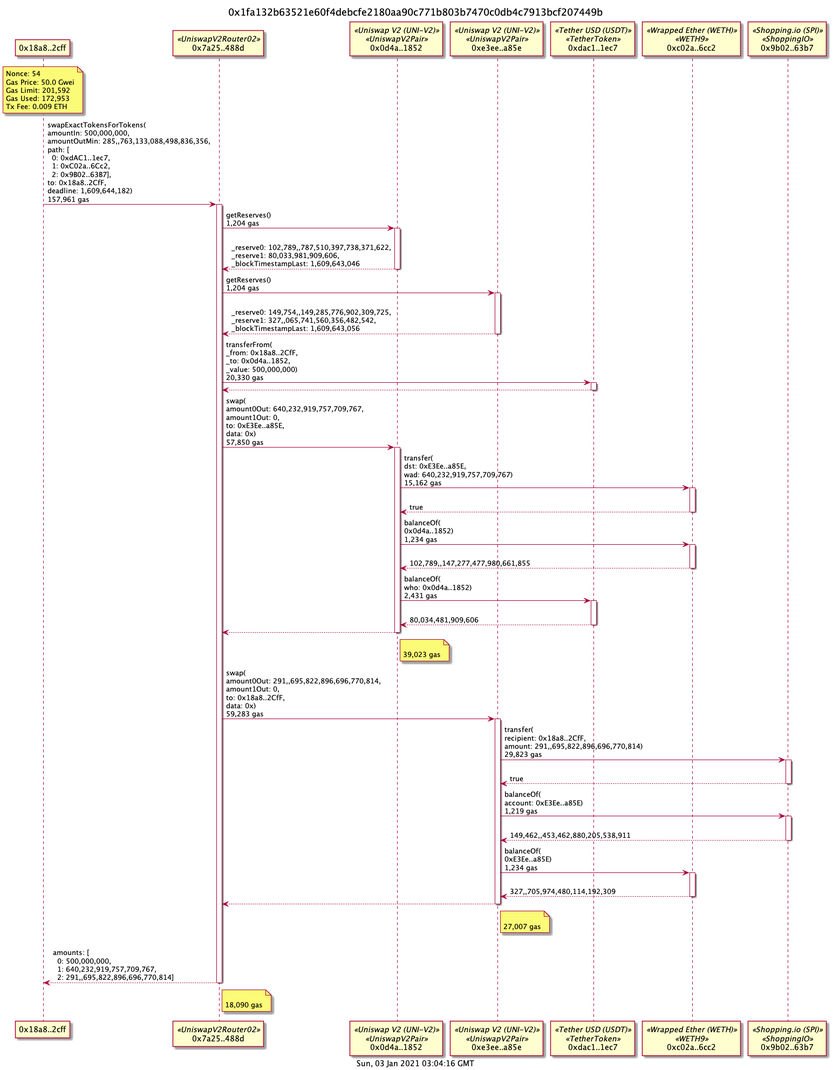
This is examples/uniswapSwap.png from naddison36/tx2uml, a PlantUML export, as it was before one commit. Its diagram source:
```plantuml
@startuml
title 0x1fa132b63521e60f4debcfe2180aa90c771b803b7470c0db4c7913bcf207449b
caption  Sun, 03 Jan 2021 03:04:16 GMT
participant "0x18a8..2cff" as 18a82cff
participant "0x7a25..488d" as 7a25488d <<UniswapV2Router02>>
participant "0x0d4a..1852" as 0d4a1852 <<Uniswap V2 (UNI-V2)>><<UniswapV2Pair>>
participant "0xe3ee..a85e" as e3eea85e <<Uniswap V2 (UNI-V2)>><<UniswapV2Pair>>
participant "0xdac1..1ec7" as dac11ec7 <<Tether USD (USDT)>><<TetherToken>>
participant "0xc02a..6cc2" as c02a6cc2 <<Wrapped Ether (WETH)>><<WETH9>>
participant "0x9b02..63b7" as 9b0263b7 <<Shopping.io (SPI)>><<ShoppingIO>>

note over 18a82cff
Nonce: 54
Gas Price: 50.0 Gwei
Gas Limit: 201,592
Gas Used: 172,953
Tx Fee: 0.009 ETH
end note

18a82cff -> 7a25488d: swapExactTokensForTokens(\namountIn: 500,000,000,\namountOutMin: 285,,763,133,088,498,836,356,\npath: [\n  0: 0xdAC1..1ec7,\n  1: 0xC02a..6Cc2,\n  2: 0x9B02..63B7],\nto: 0x18a8..2CfF,\ndeadline: 1,609,644,182)\n157,961 gas
activate 7a25488d
7a25488d -> 0d4a1852: getReserves()\n1,204 gas
activate 0d4a1852
return\n_reserve0: 102,789,,787,510,397,738,371,622,\n_reserve1: 80,033,981,909,606,\n_blockTimestampLast: 1,609,643,046
7a25488d -> e3eea85e: getReserves()\n1,204 gas
activate e3eea85e
return\n_reserve0: 149,754,,149,285,776,902,309,725,\n_reserve1: 327,,065,741,560,356,482,542,\n_blockTimestampLast: 1,609,643,056
7a25488d -> dac11ec7: transferFrom(\n_from: 0x18a8..2CfF,\n_to: 0x0d4a..1852,\n_value: 500,000,000)\n20,330 gas
activate dac11ec7
return
7a25488d -> 0d4a1852: swap(\namount0Out: 640,232,919,757,709,767,\namount1Out: 0,\nto: 0xE3Ee..a85E,\ndata: 0x)\n57,850 gas
activate 0d4a1852
0d4a1852 -> c02a6cc2: transfer(\ndst: 0xE3Ee..a85E,\nwad: 640,232,919,757,709,767)\n15,162 gas
activate c02a6cc2
return\ntrue
0d4a1852 -> c02a6cc2: balanceOf(\n0x0d4a..1852)\n1,234 gas
activate c02a6cc2
return\n102,789,,147,277,477,980,661,855
0d4a1852 -> dac11ec7: balanceOf(\nwho: 0x0d4a..1852)\n2,431 gas
activate dac11ec7
return\n80,034,481,909,606
return
note right of 0d4a1852: \n39,023 gas
7a25488d -> e3eea85e: swap(\namount0Out: 291,,695,822,896,696,770,814,\namount1Out: 0,\nto: 0x18a8..2CfF,\ndata: 0x)\n59,283 gas
activate e3eea85e
e3eea85e -> 9b0263b7: transfer(\nrecipient: 0x18a8..2CfF,\namount: 291,,695,822,896,696,770,814)\n29,823 gas
activate 9b0263b7
return\ntrue
e3eea85e -> 9b0263b7: balanceOf(\naccount: 0xE3Ee..a85E)\n1,219 gas
activate 9b0263b7
return\n149,462,,453,462,880,205,538,911
e3eea85e -> c02a6cc2: balanceOf(\n0xE3Ee..a85E)\n1,234 gas
activate c02a6cc2
return\n327,,705,974,480,114,192,309
return
note right of e3eea85e: \n27,007 gas
return\namounts: [\n  0: 500,000,000,\n  1: 640,232,919,757,709,767,\n  2: 291,,695,822,896,696,770,814]
note right of 7a25488d: \n18,090 gas

@endumls
```
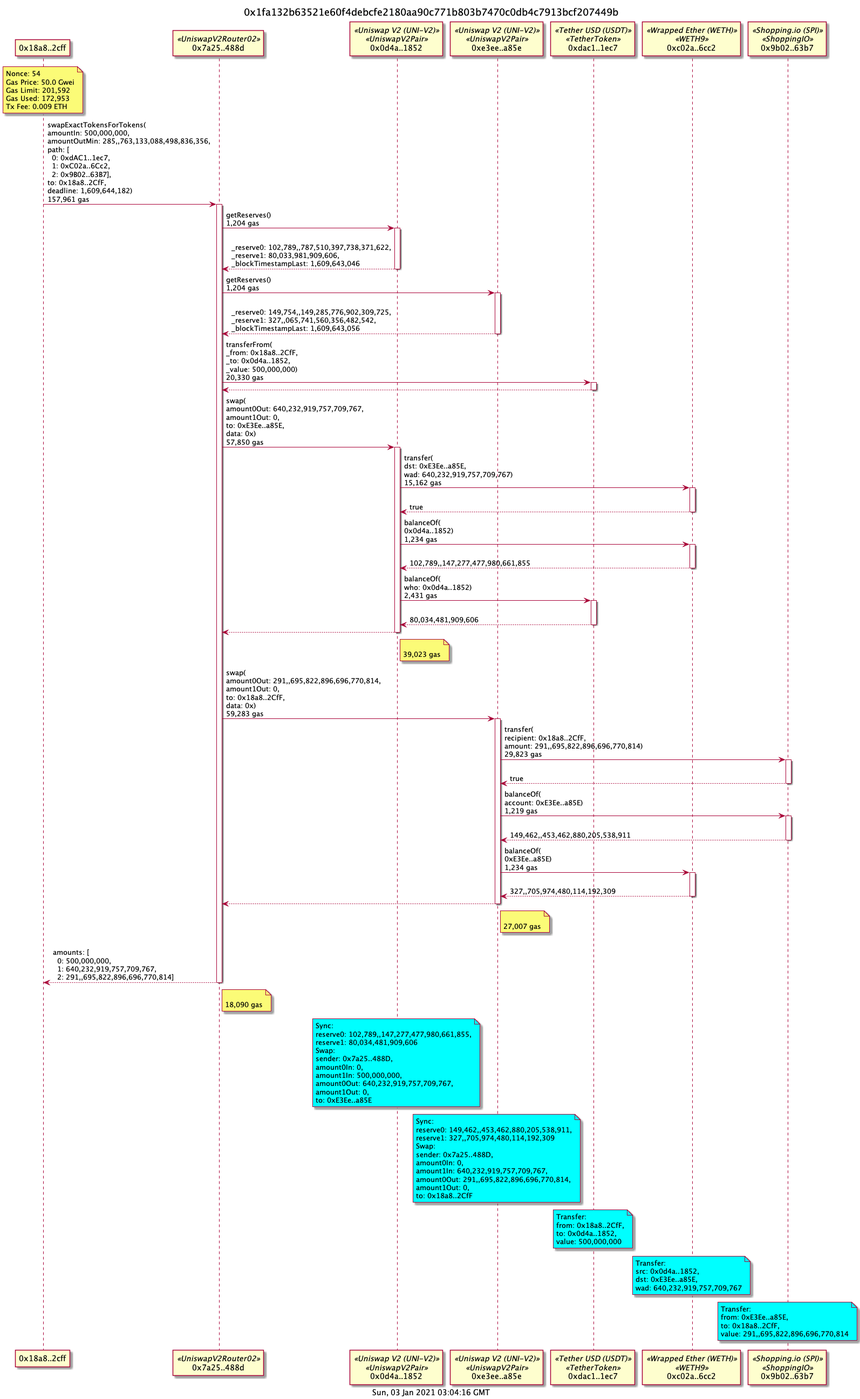
The same diagram one commit later.

Diff of the diagram source:
```diff
@@ -57,4 +57,46 @@
 return\namounts: [\n  0: 500,000,000,\n  1: 640,232,919,757,709,767,\n  2: 291,,695,822,896,696,770,814]
 note right of 7a25488d: \n18,090 gas
 
+note over 0d4a1852 #aqua
+Sync:
+reserve0: 102,789,,147,277,477,980,661,855,
+reserve1: 80,034,481,909,606
+Swap:
+sender: 0x7a25..488D,
+amount0In: 0,
+amount1In: 500,000,000,
+amount0Out: 640,232,919,757,709,767,
+amount1Out: 0,
+to: 0xE3Ee..a85E
+end note
+note over e3eea85e #aqua
+Sync:
+reserve0: 149,462,,453,462,880,205,538,911,
+reserve1: 327,,705,974,480,114,192,309
+Swap:
+sender: 0x7a25..488D,
+amount0In: 0,
+amount1In: 640,232,919,757,709,767,
+amount0Out: 291,,695,822,896,696,770,814,
+amount1Out: 0,
+to: 0x18a8..2CfF
+end note
+note over dac11ec7 #aqua
+Transfer:
+from: 0x18a8..2CfF,
+to: 0x0d4a..1852,
+value: 500,000,000
+end note
+note over c02a6cc2 #aqua
+Transfer:
+src: 0x0d4a..1852,
+dst: 0xE3Ee..a85E,
+wad: 640,232,919,757,709,767
+end note
+note over 9b0263b7 #aqua
+Transfer:
+from: 0xE3Ee..a85E,
+to: 0x18a8..2CfF,
+value: 291,,695,822,896,696,770,814
+end note
 @endumls
```
